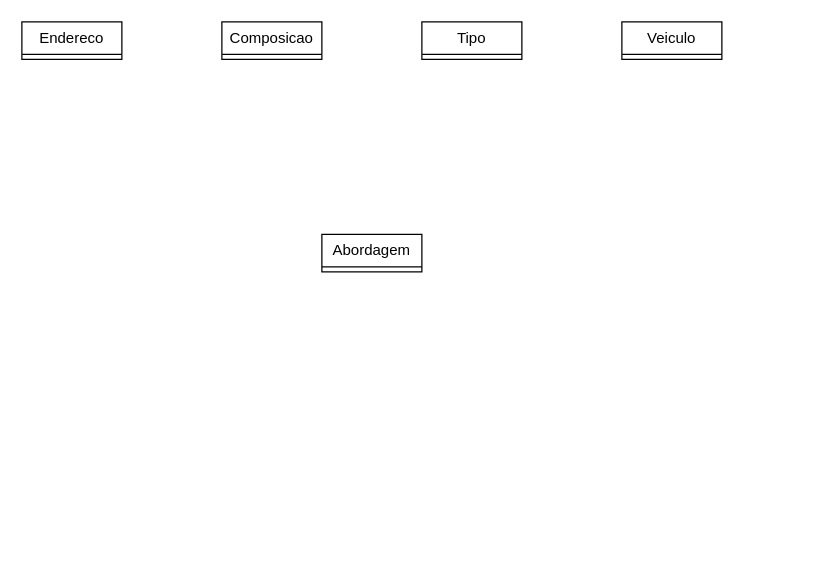
This is Diagrama sem nome.drawio from LimaNathan/vpn-check, a draw.io file, before an edit. Source tidied: cells renumbered, new cells numbered last; positions are measured from the earlier drawing's top-left corner, leaving out a move shared by most shapes. Both pictures are drawn from the tidied source at 125%, with x=0, y=0 at pixel (21, 21).
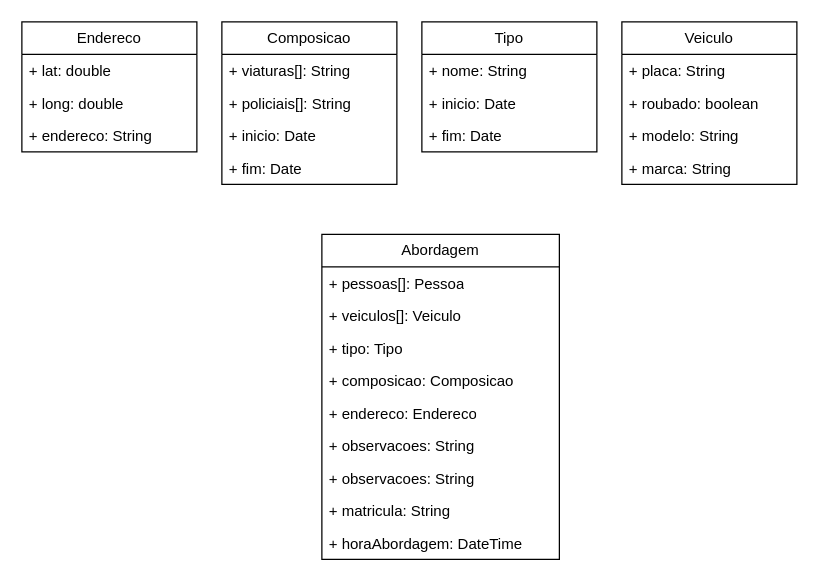
The same diagram, later.

Change to the diagram source:
```diff
@@
-    <mxCell id="2" value="Veiculo" style="swimlane;fontStyle=0;horizontal=1;startSize=26;fillColor=none;whiteSpace=wrap;html=1;" parent="1" vertex="1" collapsed="1">
-      <mxGeometry x="480" width="80" height="30" as="geometry" />
+    <mxCell id="2" value="Veiculo" style="swimlane;fontStyle=0;horizontal=1;startSize=26;fillColor=none;whiteSpace=wrap;html=1;" parent="1" vertex="1">
+      <mxGeometry x="480" width="140" height="130" as="geometry" />
     </mxCell>
+    <mxCell id="7" value="+ placa: String" style="text;strokeColor=none;fillColor=none;align=left;verticalAlign=top;spacingLeft=4;spacingRight=4;overflow=hidden;whiteSpace=wrap;html=1;" parent="2" vertex="1">
+      <mxGeometry y="26" width="140" height="26" as="geometry" />
+    </mxCell>
+    <mxCell id="8" value="+ roubado: boolean" style="text;strokeColor=none;fillColor=none;align=left;verticalAlign=top;spacingLeft=4;spacingRight=4;overflow=hidden;whiteSpace=wrap;html=1;" parent="2" vertex="1">
+      <mxGeometry y="52" width="140" height="26" as="geometry" />
+    </mxCell>
+    <mxCell id="9" value="+ modelo: String" style="text;strokeColor=none;fillColor=none;align=left;verticalAlign=top;spacingLeft=4;spacingRight=4;overflow=hidden;whiteSpace=wrap;html=1;" parent="2" vertex="1">
+      <mxGeometry y="78" width="140" height="26" as="geometry" />
+    </mxCell>
+    <mxCell id="10" value="+ marca: String" style="text;strokeColor=none;fillColor=none;align=left;verticalAlign=top;spacingLeft=4;spacingRight=4;overflow=hidden;whiteSpace=wrap;html=1;" parent="2" vertex="1">
+      <mxGeometry y="104" width="140" height="26" as="geometry" />
+    </mxCell>
-    <mxCell id="3" value="Tipo" style="swimlane;fontStyle=0;horizontal=1;startSize=26;fillColor=none;whiteSpace=wrap;html=1;" parent="1" vertex="1" collapsed="1">
-      <mxGeometry x="320" width="80" height="30" as="geometry" />
+    <mxCell id="3" value="Tipo" style="swimlane;fontStyle=0;horizontal=1;startSize=26;fillColor=none;whiteSpace=wrap;html=1;" parent="1" vertex="1">
+      <mxGeometry x="320" width="140" height="104" as="geometry" />
     </mxCell>
+    <mxCell id="11" value="+ nome: String" style="text;strokeColor=none;fillColor=none;align=left;verticalAlign=top;spacingLeft=4;spacingRight=4;overflow=hidden;whiteSpace=wrap;html=1;" parent="3" vertex="1">
+      <mxGeometry y="26" width="140" height="26" as="geometry" />
+    </mxCell>
+    <mxCell id="12" value="+ inicio: Date" style="text;strokeColor=none;fillColor=none;align=left;verticalAlign=top;spacingLeft=4;spacingRight=4;overflow=hidden;whiteSpace=wrap;html=1;" parent="3" vertex="1">
+      <mxGeometry y="52" width="140" height="26" as="geometry" />
+    </mxCell>
+    <mxCell id="13" value="+ fim: Date" style="text;strokeColor=none;fillColor=none;align=left;verticalAlign=top;spacingLeft=4;spacingRight=4;overflow=hidden;whiteSpace=wrap;html=1;" parent="3" vertex="1">
+      <mxGeometry y="78" width="140" height="26" as="geometry" />
+    </mxCell>
-    <mxCell id="4" value="Composicao" style="swimlane;fontStyle=0;horizontal=1;startSize=26;fillColor=none;whiteSpace=wrap;html=1;" parent="1" vertex="1" collapsed="1">
-      <mxGeometry x="160" width="80" height="30" as="geometry" />
+    <mxCell id="4" value="Composicao" style="swimlane;fontStyle=0;horizontal=1;startSize=26;fillColor=none;whiteSpace=wrap;html=1;" parent="1" vertex="1">
+      <mxGeometry x="160" width="140" height="130" as="geometry" />
     </mxCell>
+    <mxCell id="14" value="+ viaturas[]: String" style="text;strokeColor=none;fillColor=none;align=left;verticalAlign=top;spacingLeft=4;spacingRight=4;overflow=hidden;whiteSpace=wrap;html=1;" parent="4" vertex="1">
+      <mxGeometry y="26" width="140" height="26" as="geometry" />
+    </mxCell>
+    <mxCell id="15" value="+ policiais[]: String" style="text;strokeColor=none;fillColor=none;align=left;verticalAlign=top;spacingLeft=4;spacingRight=4;overflow=hidden;whiteSpace=wrap;html=1;" parent="4" vertex="1">
+      <mxGeometry y="52" width="140" height="26" as="geometry" />
+    </mxCell>
+    <mxCell id="16" value="+ inicio: Date" style="text;strokeColor=none;fillColor=none;align=left;verticalAlign=top;spacingLeft=4;spacingRight=4;overflow=hidden;whiteSpace=wrap;html=1;" parent="4" vertex="1">
+      <mxGeometry y="78" width="140" height="26" as="geometry" />
+    </mxCell>
+    <mxCell id="17" value="+ fim: Date" style="text;strokeColor=none;fillColor=none;align=left;verticalAlign=top;spacingLeft=4;spacingRight=4;overflow=hidden;whiteSpace=wrap;html=1;" parent="4" vertex="1">
+      <mxGeometry y="104" width="140" height="26" as="geometry" />
+    </mxCell>
-    <mxCell id="5" value="Abordagem" style="swimlane;fontStyle=0;horizontal=1;startSize=26;fillColor=none;whiteSpace=wrap;html=1;" parent="1" vertex="1" collapsed="1">
-      <mxGeometry x="240" y="170" width="80" height="30" as="geometry" />
+    <mxCell id="5" value="Abordagem" style="swimlane;fontStyle=0;horizontal=1;startSize=26;fillColor=none;whiteSpace=wrap;html=1;" parent="1" vertex="1">
+      <mxGeometry x="240" y="170" width="190" height="260" as="geometry" />
     </mxCell>
+    <mxCell id="18" value="+ pessoas[]: Pessoa&lt;br&gt;" style="text;strokeColor=none;fillColor=none;align=left;verticalAlign=top;spacingLeft=4;spacingRight=4;overflow=hidden;whiteSpace=wrap;html=1;" parent="5" vertex="1">
+      <mxGeometry y="26" width="190" height="26" as="geometry" />
+    </mxCell>
+    <mxCell id="19" value="+ veiculos[]: Veiculo&amp;nbsp;" style="text;strokeColor=none;fillColor=none;align=left;verticalAlign=top;spacingLeft=4;spacingRight=4;overflow=hidden;whiteSpace=wrap;html=1;" parent="5" vertex="1">
+      <mxGeometry y="52" width="190" height="26" as="geometry" />
+    </mxCell>
+    <mxCell id="20" value="+ tipo: Tipo" style="text;strokeColor=none;fillColor=none;align=left;verticalAlign=top;spacingLeft=4;spacingRight=4;overflow=hidden;whiteSpace=wrap;html=1;" parent="5" vertex="1">
+      <mxGeometry y="78" width="190" height="26" as="geometry" />
+    </mxCell>
+    <mxCell id="21" value="+ composicao: Composicao" style="text;strokeColor=none;fillColor=none;align=left;verticalAlign=top;spacingLeft=4;spacingRight=4;overflow=hidden;whiteSpace=wrap;html=1;" parent="5" vertex="1">
+      <mxGeometry y="104" width="190" height="26" as="geometry" />
+    </mxCell>
+    <mxCell id="22" value="+ endereco: Endereco" style="text;strokeColor=none;fillColor=none;align=left;verticalAlign=top;spacingLeft=4;spacingRight=4;overflow=hidden;whiteSpace=wrap;html=1;" parent="5" vertex="1">
+      <mxGeometry y="130" width="190" height="26" as="geometry" />
+    </mxCell>
+    <mxCell id="23" value="+ observacoes: String" style="text;strokeColor=none;fillColor=none;align=left;verticalAlign=top;spacingLeft=4;spacingRight=4;overflow=hidden;whiteSpace=wrap;html=1;" parent="5" vertex="1">
+      <mxGeometry y="156" width="190" height="26" as="geometry" />
+    </mxCell>
+    <mxCell id="24" value="+ observacoes: String" style="text;strokeColor=none;fillColor=none;align=left;verticalAlign=top;spacingLeft=4;spacingRight=4;overflow=hidden;whiteSpace=wrap;html=1;" parent="5" vertex="1">
+      <mxGeometry y="182" width="190" height="26" as="geometry" />
+    </mxCell>
+    <mxCell id="25" value="+ matricula: String" style="text;strokeColor=none;fillColor=none;align=left;verticalAlign=top;spacingLeft=4;spacingRight=4;overflow=hidden;whiteSpace=wrap;html=1;" parent="5" vertex="1">
+      <mxGeometry y="208" width="190" height="26" as="geometry" />
+    </mxCell>
+    <mxCell id="26" value="+ horaAbordagem: DateTime" style="text;strokeColor=none;fillColor=none;align=left;verticalAlign=top;spacingLeft=4;spacingRight=4;overflow=hidden;whiteSpace=wrap;html=1;" parent="5" vertex="1">
+      <mxGeometry y="234" width="190" height="26" as="geometry" />
+    </mxCell>
-    <mxCell id="6" value="Endereco" style="swimlane;fontStyle=0;horizontal=1;startSize=26;fillColor=none;whiteSpace=wrap;html=1;" parent="1" vertex="1" collapsed="1">
-      <mxGeometry width="80" height="30" as="geometry" />
+    <mxCell id="6" value="Endereco" style="swimlane;fontStyle=0;horizontal=1;startSize=26;fillColor=none;whiteSpace=wrap;html=1;" parent="1" vertex="1">
+      <mxGeometry width="140" height="104" as="geometry" />
     </mxCell>
+    <mxCell id="27" value="+ lat: double&lt;br&gt;&lt;br&gt;" style="text;strokeColor=none;fillColor=none;align=left;verticalAlign=top;spacingLeft=4;spacingRight=4;overflow=hidden;whiteSpace=wrap;html=1;" parent="6" vertex="1">
+      <mxGeometry y="26" width="140" height="26" as="geometry" />
+    </mxCell>
+    <mxCell id="28" value="+ long: double" style="text;strokeColor=none;fillColor=none;align=left;verticalAlign=top;spacingLeft=4;spacingRight=4;overflow=hidden;whiteSpace=wrap;html=1;" parent="6" vertex="1">
+      <mxGeometry y="52" width="140" height="26" as="geometry" />
+    </mxCell>
+    <mxCell id="29" value="+ endereco: String" style="text;strokeColor=none;fillColor=none;align=left;verticalAlign=top;spacingLeft=4;spacingRight=4;overflow=hidden;whiteSpace=wrap;html=1;" parent="6" vertex="1">
+      <mxGeometry y="78" width="140" height="26" as="geometry" />
+    </mxCell>
```
